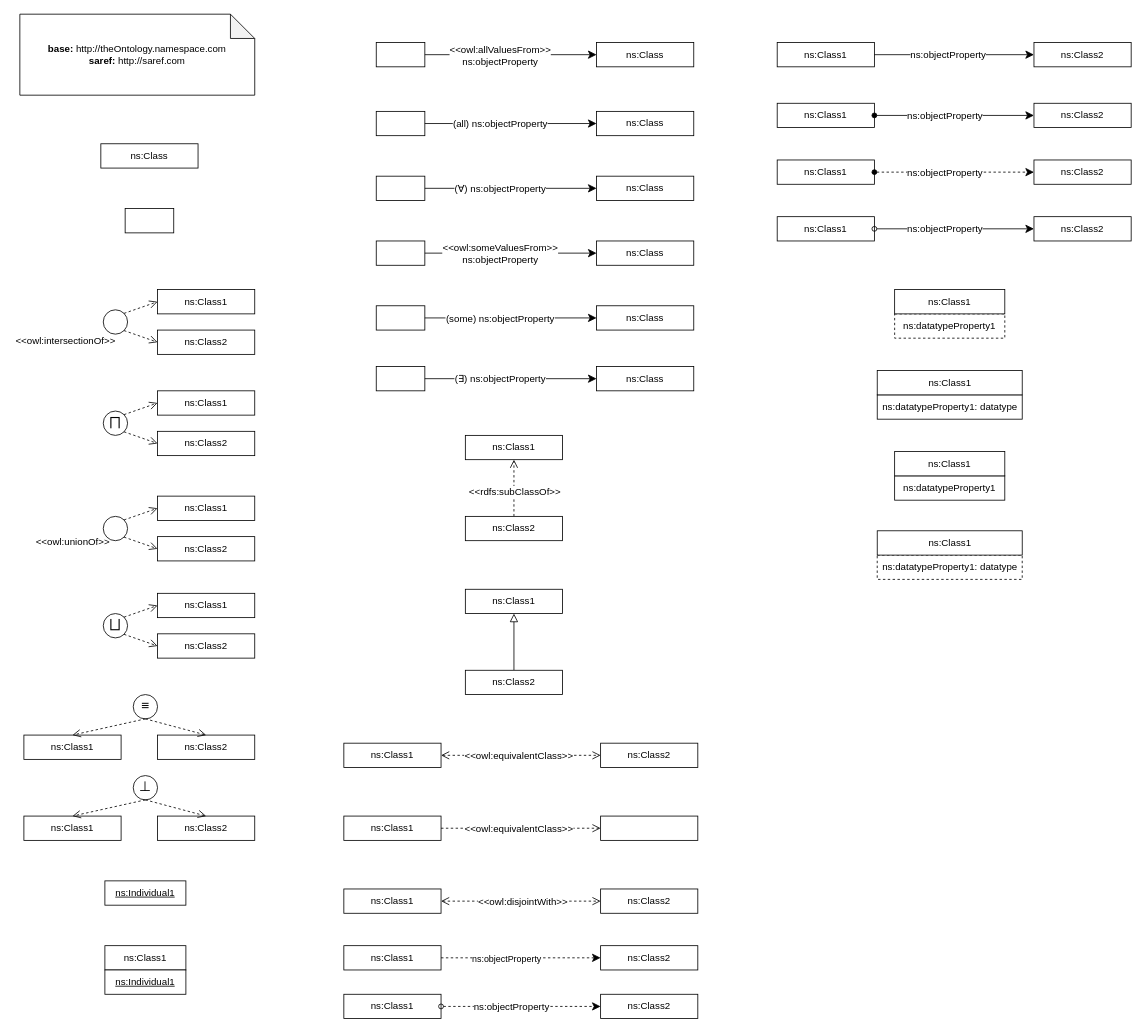
This is data/unit_tests.drawio from oeg-upm/Chowlk, a draw.io file, before an edit. Source tidied: cells renumbered, new cells numbered last; positions are measured from the earlier drawing's top-left corner, leaving out a move shared by most shapes. Both pictures are drawn from the tidied source at 81%, with x=0, y=0 at pixel (14, 14).
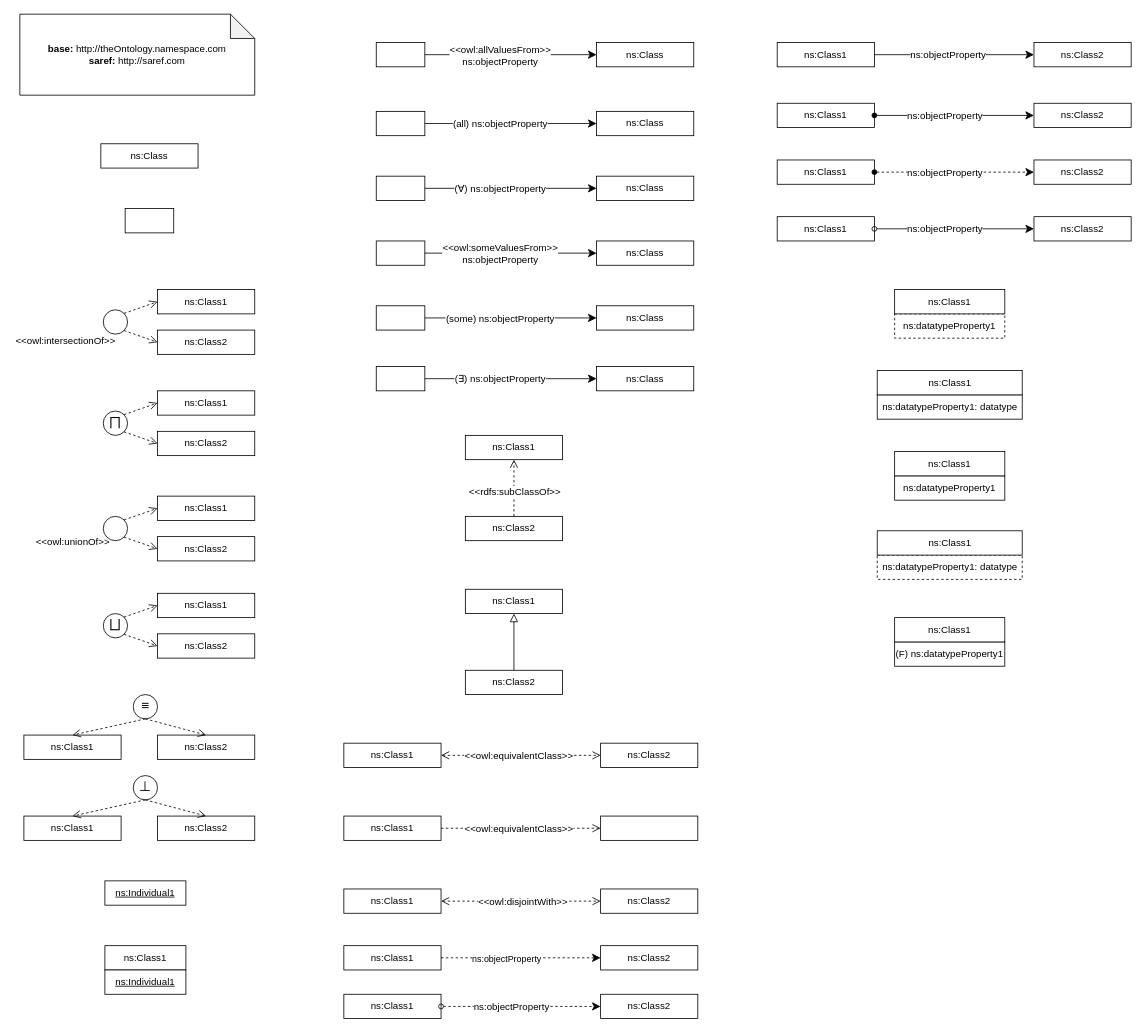
The same diagram, later.

The edit, as a diff of the source:
```diff
@@
+    <mxCell id="115" value="(F) ns:datatypeProperty1 " style="rounded=0;whiteSpace=wrap;html=1;" parent="1" vertex="1">
+      <mxGeometry x="1087" y="775" width="136" height="30" as="geometry" />
+    </mxCell>
+    <mxCell id="116" value="ns:Class1" style="rounded=0;whiteSpace=wrap;html=1;" parent="1" vertex="1">
+      <mxGeometry x="1087" y="745" width="136" height="30" as="geometry" />
+    </mxCell>
```
